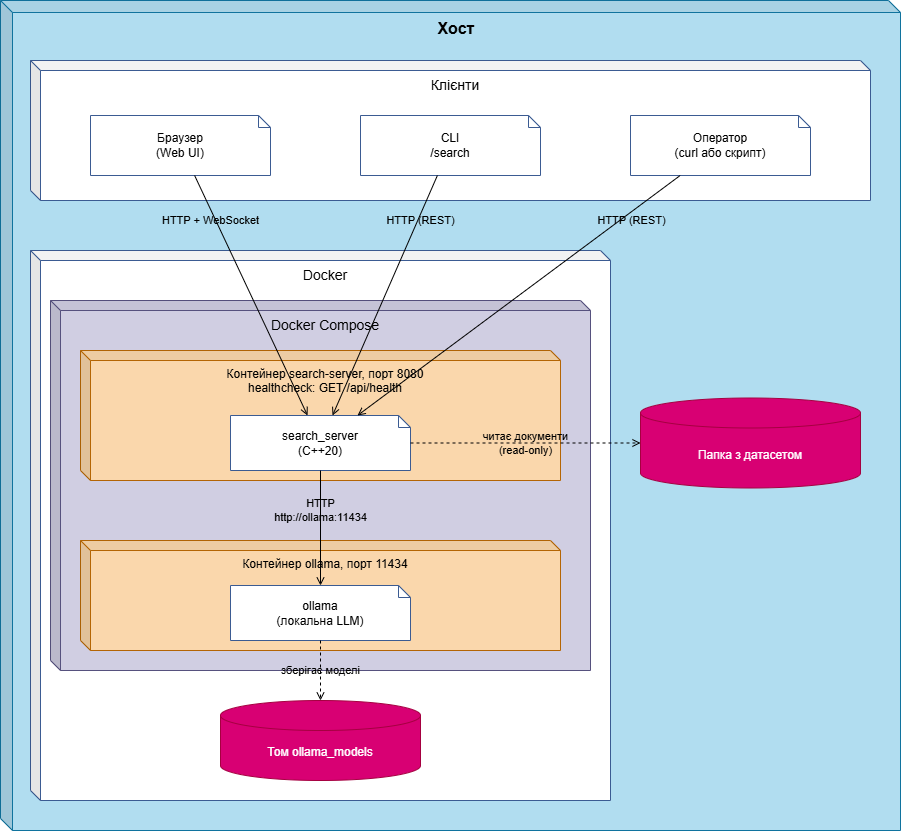
This is docs/diagrams/deployment.drawio.png from KarasovDmytro/course_work_parallel_computing, a draw.io export, as it was before one commit. Source tidied: cells renumbered, new cells last; positions are measured from the earlier drawing's top-left corner, leaving out a move shared by most shapes.
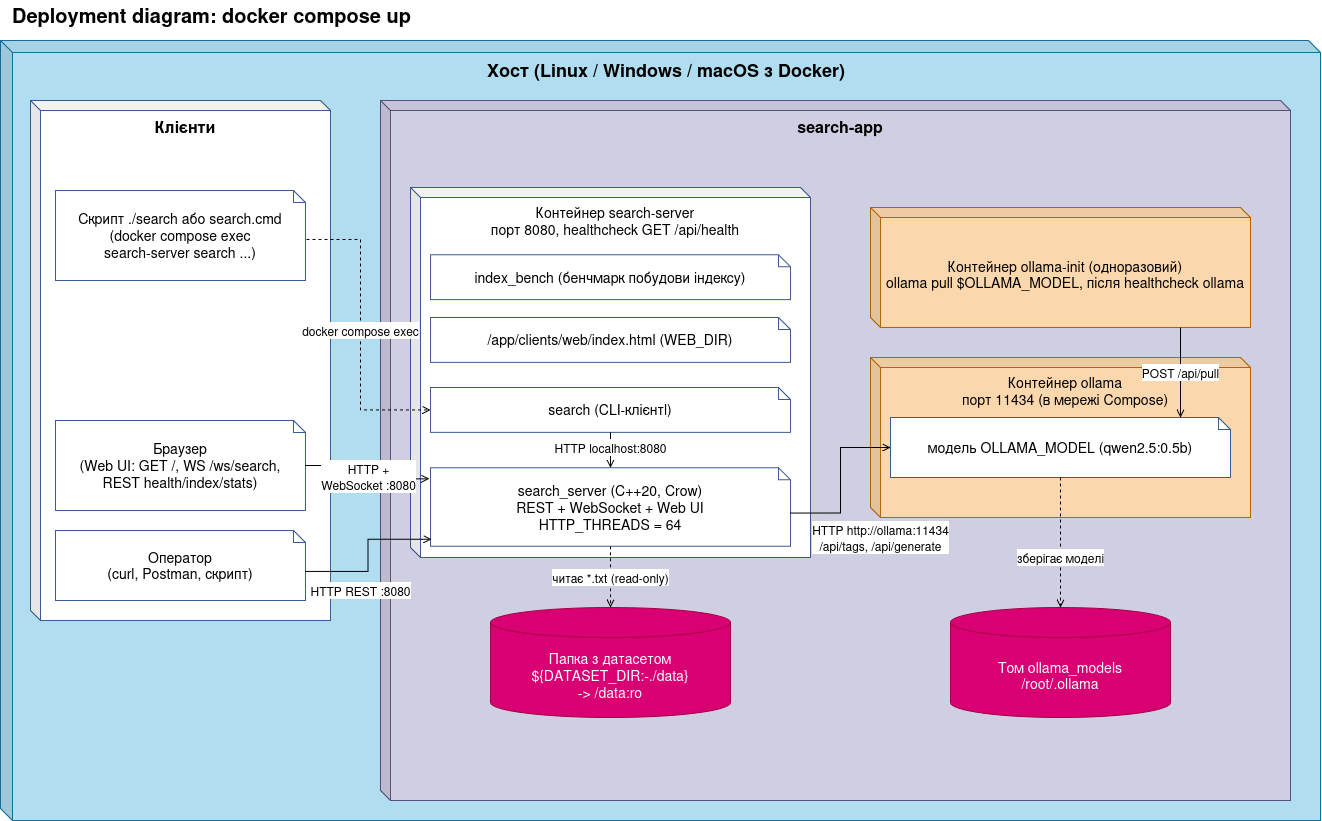
After the commit.

Change to the diagram source:
```diff
@@ -2,62 +2,90 @@
   <root>
     <mxCell id="0" />
     <mxCell id="1" parent="0" />
+    <mxCell id="21" value="&lt;font style=&quot;font-size: 20px;&quot;&gt;Deployment diagram: docker compose up&lt;/font&gt;" style="text;html=1;align=left;verticalAlign=middle;fontStyle=1;fontSize=14;" parent="1" vertex="1">
+      <mxGeometry x="10" y="-40" width="900" height="30" as="geometry" />
+    </mxCell>
-    <mxCell id="2" value="&lt;font style=&quot;font-size: 16px;&quot;&gt;Хост&lt;/font&gt;" style="shape=cube;whiteSpace=wrap;html=1;boundedLbl=1;backgroundOutline=1;darkOpacity=0.05;darkOpacity2=0.1;size=12;verticalAlign=top;fontStyle=1;fillColor=#b1ddf0;strokeColor=#10739e;" parent="1" vertex="1">
-      <mxGeometry width="900" height="830" as="geometry" />
+    <mxCell id="2" value="&lt;font style=&quot;font-size: 18px;&quot;&gt;Хост (Linux / Windows / macOS з Docker)&lt;/font&gt;" style="shape=cube;whiteSpace=wrap;html=1;boundedLbl=1;backgroundOutline=1;darkOpacity=0.05;darkOpacity2=0.1;size=12;verticalAlign=top;fontStyle=1;fillColor=#b1ddf0;strokeColor=#10739e;fontSize=14;" parent="1" vertex="1">
+      <mxGeometry width="1320" height="780" as="geometry" />
     </mxCell>
-    <mxCell id="3" value="&lt;font style=&quot;font-size: 14px;&quot;&gt;Клієнти&lt;/font&gt;" style="shape=cube;whiteSpace=wrap;html=1;boundedLbl=1;backgroundOutline=1;darkOpacity=0.05;darkOpacity2=0.1;size=10;verticalAlign=top;fillColor=#FFFFFF;strokeColor=#3B5B92;" parent="2" vertex="1">
-      <mxGeometry x="30" y="60" width="840" height="140" as="geometry" />
+    <mxCell id="3" value="&lt;font style=&quot;font-size: 16px;&quot;&gt;&lt;b&gt;&lt;font&gt;Клієнти&lt;/font&gt;&lt;/b&gt;&lt;/font&gt;" style="shape=cube;whiteSpace=wrap;html=1;boundedLbl=1;backgroundOutline=1;darkOpacity=0.05;darkOpacity2=0.1;size=10;verticalAlign=top;fillColor=#FFFFFF;strokeColor=#3B5B92;fontSize=14;" parent="2" vertex="1">
+      <mxGeometry x="30" y="60" width="300" height="520" as="geometry" />
     </mxCell>
-    <mxCell id="4" value="Браузер&lt;br&gt;(Web UI)" style="shape=note;size=12;whiteSpace=wrap;html=1;fillColor=#FFFFFF;strokeColor=#3B5B92;" parent="3" vertex="1">
-      <mxGeometry x="60" y="55" width="180" height="60" as="geometry" />
+    <mxCell id="4" value="Браузер&lt;br&gt;(Web UI: GET /, WS /ws/search,&lt;br&gt;REST health/index/stats)" style="shape=note;size=12;whiteSpace=wrap;html=1;fillColor=#FFFFFF;strokeColor=#3B5B92;fontSize=14;" parent="3" vertex="1">
+      <mxGeometry x="25" y="320" width="250" height="90" as="geometry" />
     </mxCell>
+    <mxCell id="22" value="Скрипт ./search або search.cmd&lt;br&gt;(docker compose exec&lt;br&gt;search-server search ...)" style="shape=note;size=12;whiteSpace=wrap;html=1;fillColor=#FFFFFF;strokeColor=#3B5B92;fontSize=14;" parent="3" vertex="1">
+      <mxGeometry x="25" y="90" width="250" height="90" as="geometry" />
+    </mxCell>
+    <mxCell id="23" value="Оператор&lt;br&gt;(curl, Postman, скрипт)" style="shape=note;size=12;whiteSpace=wrap;html=1;fillColor=#FFFFFF;strokeColor=#3B5B92;fontSize=14;" parent="3" vertex="1">
+      <mxGeometry x="25" y="430" width="250" height="70" as="geometry" />
+    </mxCell>
+    <mxCell id="8" value="&lt;b&gt;&lt;font style=&quot;font-size: 16px;&quot;&gt;search-app&lt;/font&gt;&lt;/b&gt;" style="shape=cube;whiteSpace=wrap;html=1;boundedLbl=1;backgroundOutline=1;darkOpacity=0.05;darkOpacity2=0.1;size=10;verticalAlign=top;fillColor=#d0cee2;strokeColor=#56517e;fontSize=14;" parent="2" vertex="1">
+      <mxGeometry x="380" y="60" width="910" height="700" as="geometry" />
+    </mxCell>
+    <mxCell id="24" value="Контейнер search-server&lt;br&gt;порт 8080, healthcheck GET /api/health" style="shape=cube;whiteSpace=wrap;html=1;boundedLbl=1;backgroundOutline=1;darkOpacity=0.05;darkOpacity2=0.1;size=10;verticalAlign=top;fillColor=#FFFFFF;strokeColor=#3B5B92;fontSize=14;" parent="8" vertex="1">
+      <mxGeometry x="30" y="87" width="400" height="370" as="geometry" />
+    </mxCell>
-    <mxCell id="5" value="CLI&lt;br&gt;/search" style="shape=note;size=12;whiteSpace=wrap;html=1;fillColor=#FFFFFF;strokeColor=#3B5B92;" parent="3" vertex="1">
-      <mxGeometry x="330" y="55" width="180" height="60" as="geometry" />
+    <mxCell id="5" value="search (CLI-клієнтl)" style="shape=note;size=12;whiteSpace=wrap;html=1;fillColor=#FFFFFF;strokeColor=#3B5B92;fontSize=14;" parent="24" vertex="1">
+      <mxGeometry x="20" y="200" width="360" height="44.8" as="geometry" />
     </mxCell>
-    <mxCell id="6" value="Оператор&lt;br&gt;(curl або скрипт)" style="shape=note;size=12;whiteSpace=wrap;html=1;fillColor=#FFFFFF;strokeColor=#3B5B92;" parent="3" vertex="1">
-      <mxGeometry x="600" y="55" width="180" height="60" as="geometry" />
-    </mxCell>
-    <mxCell id="7" value="&lt;font style=&quot;font-size: 14px;&quot;&gt;Docker&lt;/font&gt;" style="shape=cube;whiteSpace=wrap;html=1;boundedLbl=1;backgroundOutline=1;darkOpacity=0.05;darkOpacity2=0.1;size=10;verticalAlign=top;fillColor=#FFFFFF;strokeColor=#3B5B92;" parent="2" vertex="1">
-      <mxGeometry x="30" y="250" width="580" height="550" as="geometry" />
-    </mxCell>
-    <mxCell id="8" value="&lt;font style=&quot;font-size: 14px;&quot;&gt;Docker Compose&lt;/font&gt;" style="shape=cube;whiteSpace=wrap;html=1;boundedLbl=1;backgroundOutline=1;darkOpacity=0.05;darkOpacity2=0.1;size=10;verticalAlign=top;fillColor=#d0cee2;strokeColor=#56517e;" parent="7" vertex="1">
-      <mxGeometry x="20" y="50" width="540" height="370" as="geometry" />
-    </mxCell>
-    <mxCell id="9" value="Контейнер search-server, порт 8080&lt;br&gt;healthcheck: GET /api/health" style="shape=cube;whiteSpace=wrap;html=1;boundedLbl=1;backgroundOutline=1;darkOpacity=0.05;darkOpacity2=0.1;size=10;verticalAlign=top;fillColor=#fad7ac;strokeColor=#b46504;" parent="8" vertex="1">
-      <mxGeometry x="30" y="50" width="480" height="130" as="geometry" />
-    </mxCell>
-    <mxCell id="10" value="search_server&lt;br&gt;(C++20)" style="shape=note;size=12;whiteSpace=wrap;html=1;fillColor=#FFFFFF;strokeColor=#3B5B92;" parent="9" vertex="1">
-      <mxGeometry x="150" y="65" width="180" height="55" as="geometry" />
-    </mxCell>
-    <mxCell id="11" value="Контейнер ollama, порт 11434" style="shape=cube;whiteSpace=wrap;html=1;boundedLbl=1;backgroundOutline=1;darkOpacity=0.05;darkOpacity2=0.1;size=10;verticalAlign=top;fillColor=#fad7ac;strokeColor=#b46504;" parent="8" vertex="1">
-      <mxGeometry x="30" y="240" width="480" height="110" as="geometry" />
-    </mxCell>
-    <mxCell id="12" value="ollama&lt;br&gt;(локальна LLM)" style="shape=note;size=12;whiteSpace=wrap;html=1;fillColor=#FFFFFF;strokeColor=#3B5B92;" parent="11" vertex="1">
-      <mxGeometry x="150" y="45" width="180" height="55" as="geometry" />
-    </mxCell>
+    <mxCell id="25" value="index_bench (бенчмарк побудови індексу)" style="shape=note;size=12;whiteSpace=wrap;html=1;fillColor=#FFFFFF;strokeColor=#3B5B92;fontSize=14;" parent="24" vertex="1">
+      <mxGeometry x="20" y="67.3" width="360" height="44.8" as="geometry" />
+    </mxCell>
+    <mxCell id="26" value="/app/clients/web/index.html (WEB_DIR)" style="shape=note;size=12;whiteSpace=wrap;html=1;fillColor=#FFFFFF;strokeColor=#3B5B92;fontSize=14;" parent="24" vertex="1">
+      <mxGeometry x="20" y="130" width="360" height="44.8" as="geometry" />
+    </mxCell>
+    <mxCell id="27" value="search_server (C++20, Crow)&lt;br&gt;REST + WebSocket + Web UI&lt;br&gt;HTTP_THREADS = 64" style="shape=note;size=12;whiteSpace=wrap;html=1;fillColor=#FFFFFF;strokeColor=#3B5B92;fontSize=14;" parent="24" vertex="1">
+      <mxGeometry x="20" y="280.3" width="360" height="78.5" as="geometry" />
+    </mxCell>
+    <mxCell id="28" value="&lt;font style=&quot;font-size: 12px;&quot;&gt;HTTP localhost:8080&lt;/font&gt;" style="html=1;endArrow=open;endFill=0;labelBackgroundColor=#FFFFFF;fontSize=14;" parent="24" edge="1" source="5" target="27">
+      <mxGeometry x="-0.15" relative="1" as="geometry" />
+    </mxCell>
+    <mxCell id="29" value="Контейнер ollama&lt;br&gt;порт 11434 (в мережі Compose)" style="shape=cube;whiteSpace=wrap;html=1;boundedLbl=1;backgroundOutline=1;darkOpacity=0.05;darkOpacity2=0.1;size=10;verticalAlign=top;fillColor=#fad7ac;strokeColor=#b46504;fontSize=14;" parent="8" vertex="1">
+      <mxGeometry x="490" y="257" width="380" height="160" as="geometry" />
+    </mxCell>
+    <mxCell id="30" value="модель OLLAMA_MODEL (qwen2.5:0.5b)" style="shape=note;size=12;whiteSpace=wrap;html=1;fillColor=#FFFFFF;strokeColor=#3B5B92;fontSize=14;" parent="29" vertex="1">
+      <mxGeometry x="20" y="60" width="340" height="60" as="geometry" />
+    </mxCell>
+    <mxCell id="31" value="&lt;div&gt;&lt;br&gt;&lt;/div&gt;&lt;div&gt;&lt;br&gt;&lt;/div&gt;&lt;div&gt;Контейнер ollama-init (одноразовий)&lt;/div&gt;ollama pull $OLLAMA_MODEL, після healthcheck ollama" style="shape=cube;whiteSpace=wrap;html=1;boundedLbl=1;backgroundOutline=1;darkOpacity=0.05;darkOpacity2=0.1;size=10;verticalAlign=top;fillColor=#fad7ac;strokeColor=#b46504;fontSize=14;" parent="8" vertex="1">
+      <mxGeometry x="490" y="107" width="380" height="120" as="geometry" />
+    </mxCell>
-    <mxCell id="13" value="Том ollama_models" style="shape=cylinder3;whiteSpace=wrap;html=1;boundedLbl=1;backgroundOutline=1;size=15;fillColor=#d80073;strokeColor=#A50040;fontColor=#ffffff;" parent="7" vertex="1">
-      <mxGeometry x="190" y="450" width="200" height="80" as="geometry" />
+    <mxCell id="13" value="&lt;font&gt;Том ollama_models&lt;br&gt;/root/.ollama&lt;/font&gt;" style="shape=cylinder3;whiteSpace=wrap;html=1;boundedLbl=1;backgroundOutline=1;size=15;fillColor=#d80073;strokeColor=#A50040;fontColor=#ffffff;fontSize=14;" parent="8" vertex="1">
+      <mxGeometry x="570" y="507" width="220" height="110" as="geometry" />
     </mxCell>
-    <mxCell id="14" value="Папка з датасетом" style="shape=cylinder3;whiteSpace=wrap;html=1;boundedLbl=1;backgroundOutline=1;size=15;fillColor=#d80073;strokeColor=#A50040;fontColor=#ffffff;" parent="2" vertex="1">
-      <mxGeometry x="640" y="397.5" width="220" height="90" as="geometry" />
-    </mxCell>
-    <mxCell id="15" value="HTTP + WebSocket" style="html=1;endArrow=open;endFill=0;labelBackgroundColor=none;" parent="1" edge="1" source="4" target="10">
-      <mxGeometry x="-0.64" y="-5" relative="1" as="geometry" />
-    </mxCell>
-    <mxCell id="16" value="HTTP (REST)" style="html=1;endArrow=open;endFill=0;labelBackgroundColor=none;" parent="1" edge="1" source="5" target="10">
-      <mxGeometry x="-0.63" y="3" relative="1" as="geometry" />
-    </mxCell>
-    <mxCell id="17" value="&lt;span style=&quot;&quot;&gt;HTTP (REST)&lt;/span&gt;" style="html=1;endArrow=open;endFill=0;labelBackgroundColor=none;" parent="1" edge="1" source="6" target="10">
-      <mxGeometry x="-0.67" y="7" relative="1" as="geometry" />
-    </mxCell>
-    <mxCell id="18" value="&lt;span&gt;HTTP&lt;br&gt;http://ollama:11434&lt;/span&gt;" style="html=1;endArrow=open;endFill=0;labelBackgroundColor=none;" parent="1" edge="1" source="10" target="12">
-      <mxGeometry x="-0.3" relative="1" as="geometry" />
-    </mxCell>
-    <mxCell id="19" value="&lt;span&gt;читає документи&lt;br&gt;(read-only)&lt;/span&gt;" style="html=1;dashed=1;endArrow=open;endFill=0;labelBackgroundColor=none;" parent="1" edge="1" source="10" target="14">
-      <mxGeometry relative="1" as="geometry" />
-    </mxCell>
+    <mxCell id="32" value="&lt;font&gt;Папка з датасетом&lt;br&gt;${DATASET_DIR:-./data}&lt;br&gt;-&amp;gt; /data:ro&lt;/font&gt;" style="shape=cylinder3;whiteSpace=wrap;html=1;boundedLbl=1;backgroundOutline=1;size=15;fillColor=#d80073;strokeColor=#A50040;fontColor=#ffffff;fontSize=14;" parent="8" vertex="1">
+      <mxGeometry x="110" y="507" width="240" height="110" as="geometry" />
+    </mxCell>
+    <mxCell id="33" value="&lt;font style=&quot;font-size: 12px;&quot;&gt;POST /api/pull&lt;/font&gt;" style="html=1;endArrow=open;endFill=0;labelBackgroundColor=#FFFFFF;fontSize=14;" parent="8" edge="1">
+      <mxGeometry relative="1" as="geometry">
+        <mxPoint x="800" y="227" as="sourcePoint" />
+        <mxPoint x="800" y="317" as="targetPoint" />
+      </mxGeometry>
+    </mxCell>
+    <mxCell id="34" value="&lt;font style=&quot;font-size: 12px;&quot;&gt;читає *.txt (read-only)&lt;/font&gt;" style="html=1;endArrow=open;endFill=0;labelBackgroundColor=#FFFFFF;fontSize=14;dashed=1;" parent="8" edge="1" source="27" target="32">
+      <mxGeometry relative="1" as="geometry" />
+    </mxCell>
+    <mxCell id="35" value="&lt;font style=&quot;font-size: 12px;&quot;&gt;HTTP http://ollama:11434&lt;br&gt;/api/tags, /api/generate&lt;/font&gt;" style="html=1;endArrow=open;endFill=0;labelBackgroundColor=#FFFFFF;fontSize=14;exitX=1;exitY=0.5;exitDx=0;exitDy=6;exitPerimeter=0;entryX=0;entryY=0.5;entryDx=0;entryDy=0;entryPerimeter=0;edgeStyle=orthogonalEdgeStyle;rounded=0;curved=0;" parent="8" edge="1" source="27" target="30">
+      <mxGeometry x="-0.4" y="-47" relative="1" as="geometry">
+        <mxPoint x="-7" y="24" as="offset" />
+      </mxGeometry>
+    </mxCell>
+    <mxCell id="36" value="&lt;div&gt;&lt;font style=&quot;font-size: 12px;&quot;&gt;HTTP +&lt;/font&gt;&lt;/div&gt;&lt;div&gt;&lt;font style=&quot;font-size: 12px;&quot;&gt;WebSocket :8080&lt;/font&gt;&lt;/div&gt;" style="html=1;endArrow=open;endFill=0;labelBackgroundColor=#FFFFFF;fontSize=14;entryX=-0.003;entryY=0.141;entryDx=0;entryDy=0;entryPerimeter=0;edgeStyle=orthogonalEdgeStyle;rounded=0;curved=0;" parent="2" edge="1" source="4" target="27">
+      <mxGeometry x="0.06" relative="1" as="geometry" />
+    </mxCell>
+    <mxCell id="37" value="&lt;font style=&quot;font-size: 12px;&quot;&gt;HTTP REST :8080&lt;/font&gt;" style="html=1;endArrow=open;endFill=0;labelBackgroundColor=#FFFFFF;fontSize=14;exitX=1;exitY=0.5;exitDx=0;exitDy=6;exitPerimeter=0;entryX=0.003;entryY=0.911;entryDx=0;entryDy=0;entryPerimeter=0;edgeStyle=orthogonalEdgeStyle;rounded=0;curved=0;" parent="2" edge="1" source="23" target="27">
+      <mxGeometry x="-0.3" y="-19" relative="1" as="geometry" />
+    </mxCell>
+    <mxCell id="38" value="&lt;font style=&quot;font-size: 12px;&quot;&gt;docker compose exec&lt;/font&gt;" style="html=1;endArrow=open;endFill=0;labelBackgroundColor=#FFFFFF;fontSize=14;dashed=1;exitX=1.004;exitY=0.544;exitDx=0;exitDy=0;exitPerimeter=0;rounded=0;entryX=0;entryY=0.5;entryDx=0;entryDy=0;entryPerimeter=0;" parent="1" edge="1" source="22" target="5">
+      <mxGeometry x="-0.01" relative="1" as="geometry">
+        <Array as="points">
+          <mxPoint x="360" y="199" />
+          <mxPoint x="360" y="369.4" />
+        </Array>
+      </mxGeometry>
+    </mxCell>
-    <mxCell id="20" value="зберігає моделі" style="html=1;dashed=1;endArrow=open;endFill=0;labelBackgroundColor=none;" parent="1" edge="1" source="12" target="13">
-      <mxGeometry relative="1" as="geometry" />
+    <mxCell id="20" value="&lt;font style=&quot;font-size: 12px;&quot;&gt;зберігає моделі&lt;/font&gt;" style="html=1;endArrow=open;endFill=0;labelBackgroundColor=#FFFFFF;fontSize=14;dashed=1;" parent="1" edge="1" source="30" target="13">
+      <mxGeometry x="0.23" relative="1" as="geometry" />
     </mxCell>
   </root>
 </mxGraphModel>
```
